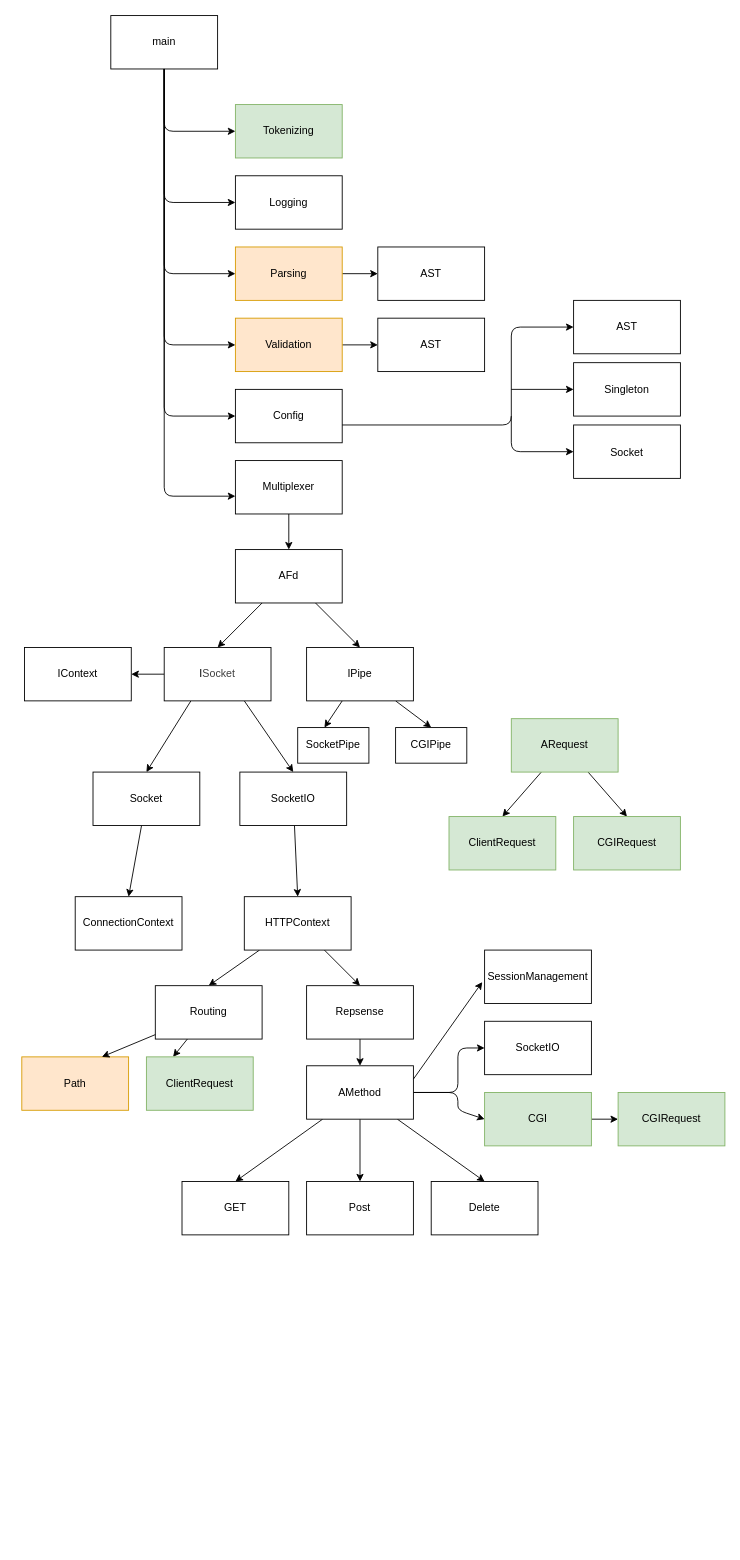
Above: HTTP/DefaultPages/server.dio in AzzaouiAlae/webserver (draw.io), before the change. Source tidied: cells renumbered, new cells numbered last; positions are measured from the earlier drawing's top-left corner, leaving out a move shared by most shapes. Both pictures are drawn from the tidied source at 89%, with x=0, y=0 at pixel (21, 15).
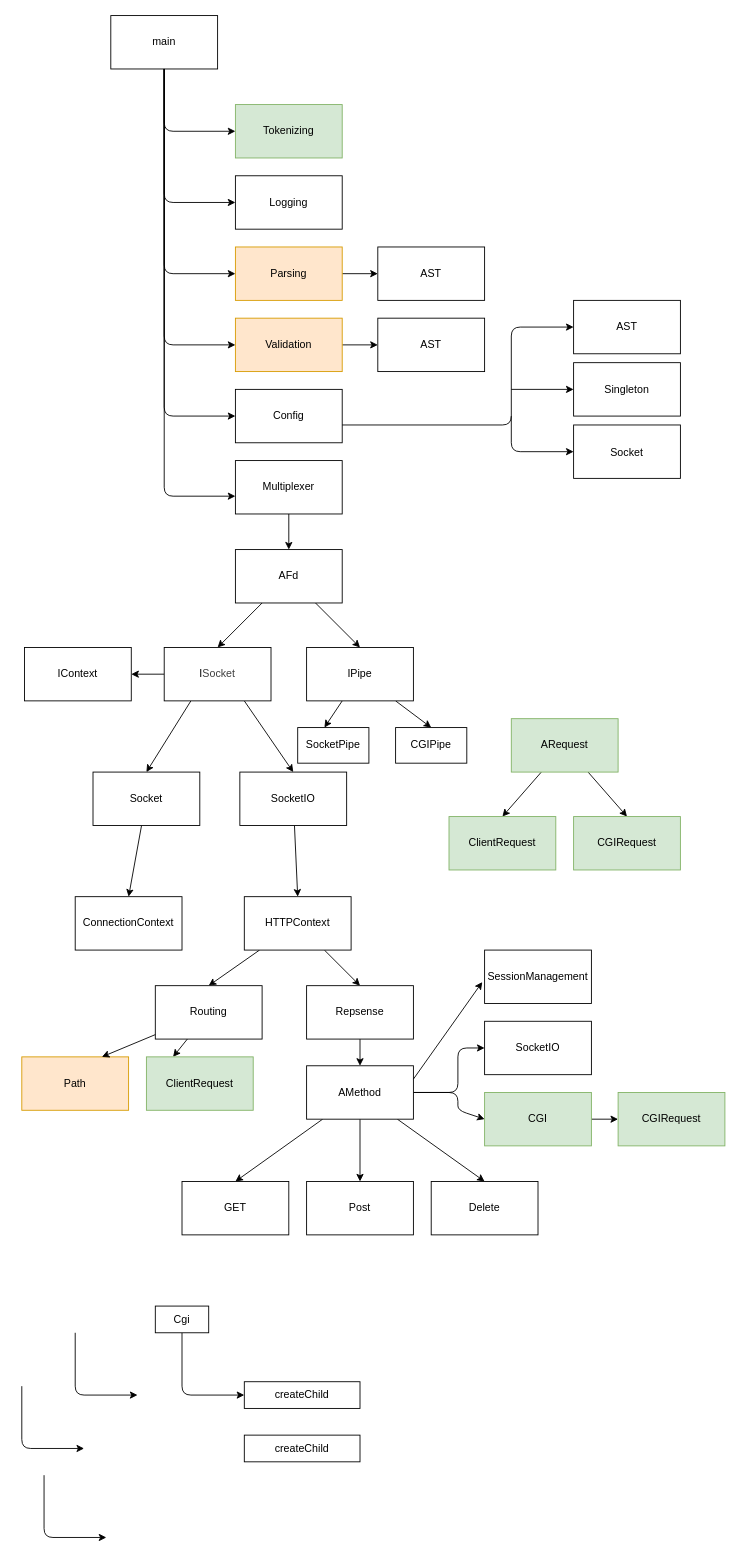
The same diagram, later.

The edit, as a diff of the source:
```diff
@@
+    <mxCell id="74" style="edgeStyle=none;html=1;" parent="1" edge="1" source="75">
+      <mxGeometry relative="1" as="geometry">
+        <mxPoint x="250" y="1550" as="targetPoint" />
+        <Array as="points">
+          <mxPoint x="180" y="1550" />
+        </Array>
+      </mxGeometry>
+    </mxCell>
+    <mxCell id="75" value="Cgi" style="rounded=0;whiteSpace=wrap;html=1;" parent="1" vertex="1">
+      <mxGeometry x="150" y="1450" width="60" height="30" as="geometry" />
+    </mxCell>
+    <mxCell id="76" value="createChild" style="rounded=0;whiteSpace=wrap;html=1;" parent="1" vertex="1">
+      <mxGeometry x="250" y="1535" width="130" height="30" as="geometry" />
+    </mxCell>
+    <mxCell id="77" style="edgeStyle=none;html=1;" parent="1" edge="1">
+      <mxGeometry relative="1" as="geometry">
+        <mxPoint y="1540" as="sourcePoint" />
+        <mxPoint x="70" y="1610" as="targetPoint" />
+        <Array as="points">
+          <mxPoint y="1610" />
+        </Array>
+      </mxGeometry>
+    </mxCell>
+    <mxCell id="78" style="edgeStyle=none;html=1;" parent="1" edge="1">
+      <mxGeometry relative="1" as="geometry">
+        <mxPoint x="60" y="1480" as="sourcePoint" />
+        <mxPoint x="130" y="1550" as="targetPoint" />
+        <Array as="points">
+          <mxPoint x="60" y="1550" />
+        </Array>
+      </mxGeometry>
+    </mxCell>
+    <mxCell id="79" style="edgeStyle=none;html=1;" parent="1" edge="1">
+      <mxGeometry relative="1" as="geometry">
+        <mxPoint x="25" y="1640" as="sourcePoint" />
+        <mxPoint x="95" y="1710" as="targetPoint" />
+        <Array as="points">
+          <mxPoint x="25" y="1710" />
+        </Array>
+      </mxGeometry>
+    </mxCell>
+    <mxCell id="80" value="createChild" style="rounded=0;whiteSpace=wrap;html=1;" parent="1" vertex="1">
+      <mxGeometry x="250" y="1595" width="130" height="30" as="geometry" />
+    </mxCell>
```
